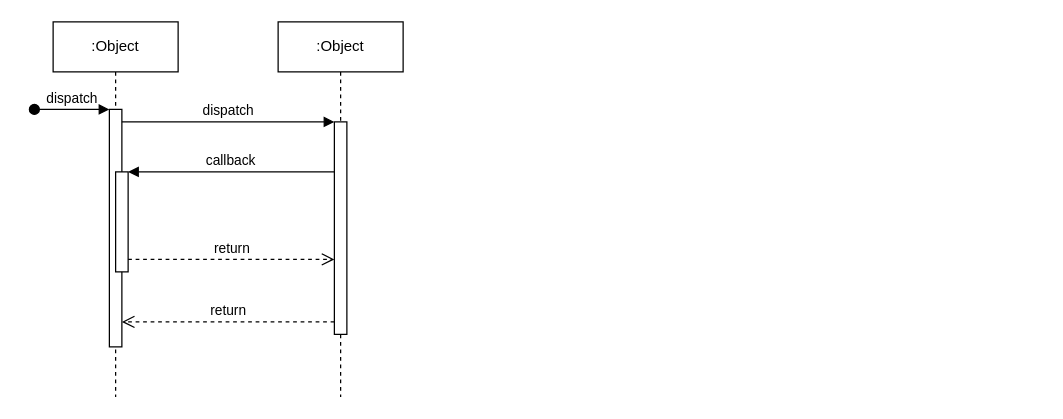
mlgbjbnnb/doc-portal keeps this draw.io diagram as Untitled Diagram.drawio. Above is the earlier version. Source tidied: cells renumbered, new cells numbered last; positions are measured from the earlier drawing's top-left corner, leaving out a move shared by most shapes. Both pictures are drawn from the tidied source at 125%, with x=0, y=0 at pixel (34, 21).
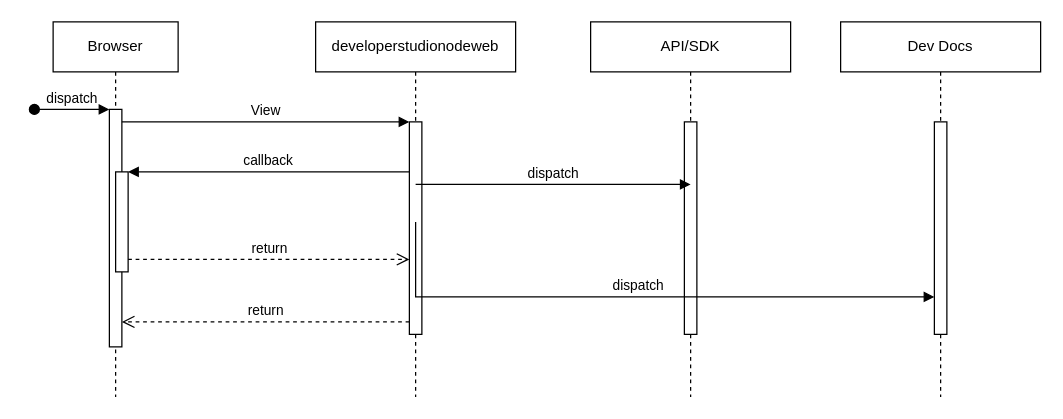
The same diagram, later.

The change refers to these unchanged cells:
```xml
<mxCell id="3" style="html=1;points=[];perimeter=orthogonalPerimeter;outlineConnect=0;targetShapes=umlLifeline;portConstraint=eastwest;newEdgeStyle={&quot;edgeStyle&quot;:&quot;elbowEdgeStyle&quot;,&quot;elbow&quot;:&quot;vertical&quot;,&quot;curved&quot;:0,&quot;rounded&quot;:0};" parent="2" vertex="1">
  <mxGeometry x="45" y="70" width="10" height="190" as="geometry" />
</mxCell>
```

What changed in the source:
```diff
@@
-    <mxCell id="2" value=":Object" style="shape=umlLifeline;perimeter=lifelinePerimeter;whiteSpace=wrap;html=1;newEdgeStyle={&quot;edgeStyle&quot;:&quot;elbowEdgeStyle&quot;,&quot;elbow&quot;:&quot;vertical&quot;,&quot;curved&quot;:0,&quot;rounded&quot;:0};" parent="1" vertex="1">
+    <mxCell id="2" value="Browser" style="shape=umlLifeline;perimeter=lifelinePerimeter;whiteSpace=wrap;html=1;newEdgeStyle={&quot;edgeStyle&quot;:&quot;elbowEdgeStyle&quot;,&quot;elbow&quot;:&quot;vertical&quot;,&quot;curved&quot;:0,&quot;rounded&quot;:0};" parent="1" vertex="1">
       <mxGeometry x="15" width="100" height="300" as="geometry" />
     </mxCell>
@@
-    <mxCell id="6" value=":Object" style="shape=umlLifeline;perimeter=lifelinePerimeter;whiteSpace=wrap;html=1;newEdgeStyle={&quot;edgeStyle&quot;:&quot;elbowEdgeStyle&quot;,&quot;elbow&quot;:&quot;vertical&quot;,&quot;curved&quot;:0,&quot;rounded&quot;:0};" parent="1" vertex="1">
-      <mxGeometry x="195" width="100" height="300" as="geometry" />
+    <mxCell id="6" value="developerstudionodeweb" style="shape=umlLifeline;perimeter=lifelinePerimeter;whiteSpace=wrap;html=1;newEdgeStyle={&quot;edgeStyle&quot;:&quot;elbowEdgeStyle&quot;,&quot;elbow&quot;:&quot;vertical&quot;,&quot;curved&quot;:0,&quot;rounded&quot;:0};" parent="1" vertex="1">
+      <mxGeometry x="225" width="160" height="300" as="geometry" />
     </mxCell>
     <mxCell id="7" style="html=1;points=[];perimeter=orthogonalPerimeter;outlineConnect=0;targetShapes=umlLifeline;portConstraint=eastwest;newEdgeStyle={&quot;edgeStyle&quot;:&quot;elbowEdgeStyle&quot;,&quot;elbow&quot;:&quot;vertical&quot;,&quot;curved&quot;:0,&quot;rounded&quot;:0};" parent="6" vertex="1">
-      <mxGeometry x="45" y="80" width="10" height="170" as="geometry" />
+      <mxGeometry x="75" y="80" width="10" height="170" as="geometry" />
     </mxCell>
-    <mxCell id="8" value="dispatch" style="html=1;verticalAlign=bottom;endArrow=block;edgeStyle=elbowEdgeStyle;elbow=vertical;curved=0;rounded=0;" parent="1" edge="1" source="3" target="7">
+    <mxCell id="8" value="View" style="html=1;verticalAlign=bottom;endArrow=block;edgeStyle=elbowEdgeStyle;elbow=vertical;curved=0;rounded=0;" parent="1" edge="1" source="3" target="7">
       <mxGeometry relative="1" as="geometry">
         <Array as="points">
           <mxPoint x="155" y="80" />
         </Array>
       </mxGeometry>
     </mxCell>
@@
+    <mxCell id="12" value="API/SDK" style="shape=umlLifeline;perimeter=lifelinePerimeter;whiteSpace=wrap;html=1;newEdgeStyle={&quot;edgeStyle&quot;:&quot;elbowEdgeStyle&quot;,&quot;elbow&quot;:&quot;vertical&quot;,&quot;curved&quot;:0,&quot;rounded&quot;:0};" parent="1" vertex="1">
+      <mxGeometry x="445" width="160" height="300" as="geometry" />
+    </mxCell>
+    <mxCell id="13" style="html=1;perimeter=orthogonalPerimeter;targetShapes=umlLifeline;newEdgeStyle={&quot;edgeStyle&quot;:&quot;elbowEdgeStyle&quot;,&quot;elbow&quot;:&quot;vertical&quot;,&quot;curved&quot;:0,&quot;rounded&quot;:0};" parent="12" vertex="1">
+      <mxGeometry x="75" y="80" width="10" height="170" as="geometry" />
+    </mxCell>
+    <mxCell id="14" value="Dev Docs" style="shape=umlLifeline;perimeter=lifelinePerimeter;whiteSpace=wrap;html=1;newEdgeStyle={&quot;edgeStyle&quot;:&quot;elbowEdgeStyle&quot;,&quot;elbow&quot;:&quot;vertical&quot;,&quot;curved&quot;:0,&quot;rounded&quot;:0};" parent="1" vertex="1">
+      <mxGeometry x="645" width="160" height="300" as="geometry" />
+    </mxCell>
+    <mxCell id="15" style="html=1;points=[];perimeter=orthogonalPerimeter;outlineConnect=0;targetShapes=umlLifeline;portConstraint=eastwest;newEdgeStyle={&quot;edgeStyle&quot;:&quot;elbowEdgeStyle&quot;,&quot;elbow&quot;:&quot;vertical&quot;,&quot;curved&quot;:0,&quot;rounded&quot;:0};" parent="14" vertex="1">
+      <mxGeometry x="75" y="80" width="10" height="170" as="geometry" />
+    </mxCell>
+    <mxCell id="16" value="dispatch" style="html=1;verticalAlign=bottom;endArrow=block;edgeStyle=elbowEdgeStyle;elbow=vertical;curved=0;rounded=0;" parent="1" edge="1">
+      <mxGeometry relative="1" as="geometry">
+        <mxPoint x="305" y="130" as="sourcePoint" />
+        <mxPoint x="525" y="130" as="targetPoint" />
+        <Array as="points">
+          <mxPoint x="390" y="130" />
+        </Array>
+      </mxGeometry>
+    </mxCell>
+    <mxCell id="17" value="dispatch" style="html=1;verticalAlign=bottom;endArrow=block;edgeStyle=elbowEdgeStyle;elbow=vertical;curved=0;rounded=0;" parent="1" edge="1" target="15">
+      <mxGeometry relative="1" as="geometry">
+        <mxPoint x="305" y="160" as="sourcePoint" />
+        <Array as="points">
+          <mxPoint x="635" y="220" />
+          <mxPoint x="390" y="160" />
+        </Array>
+      </mxGeometry>
+    </mxCell>
```
